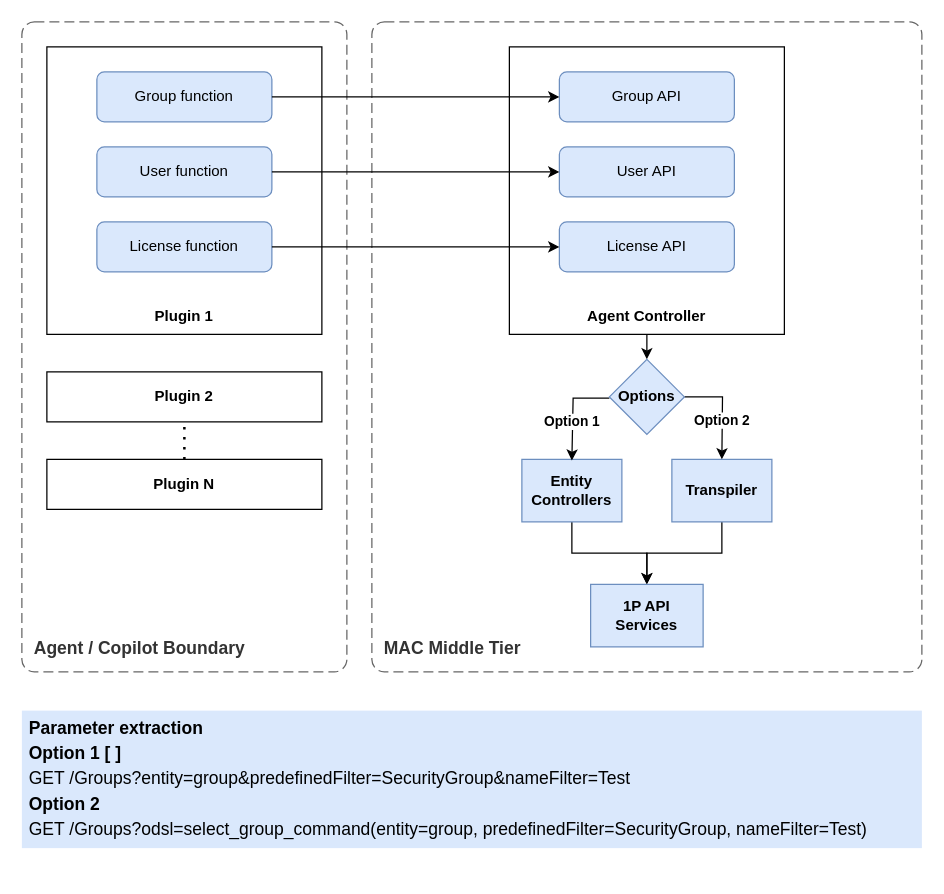
The draw.io diagram POC3.drawio in prshelke/DrawIO, before the edit. Source tidied: cells renumbered, new cells numbered last; positions are measured from the earlier drawing's top-left corner, leaving out a move shared by most shapes. Both pictures are drawn from the tidied source at 125%, with x=0, y=0 at pixel (21, 21).
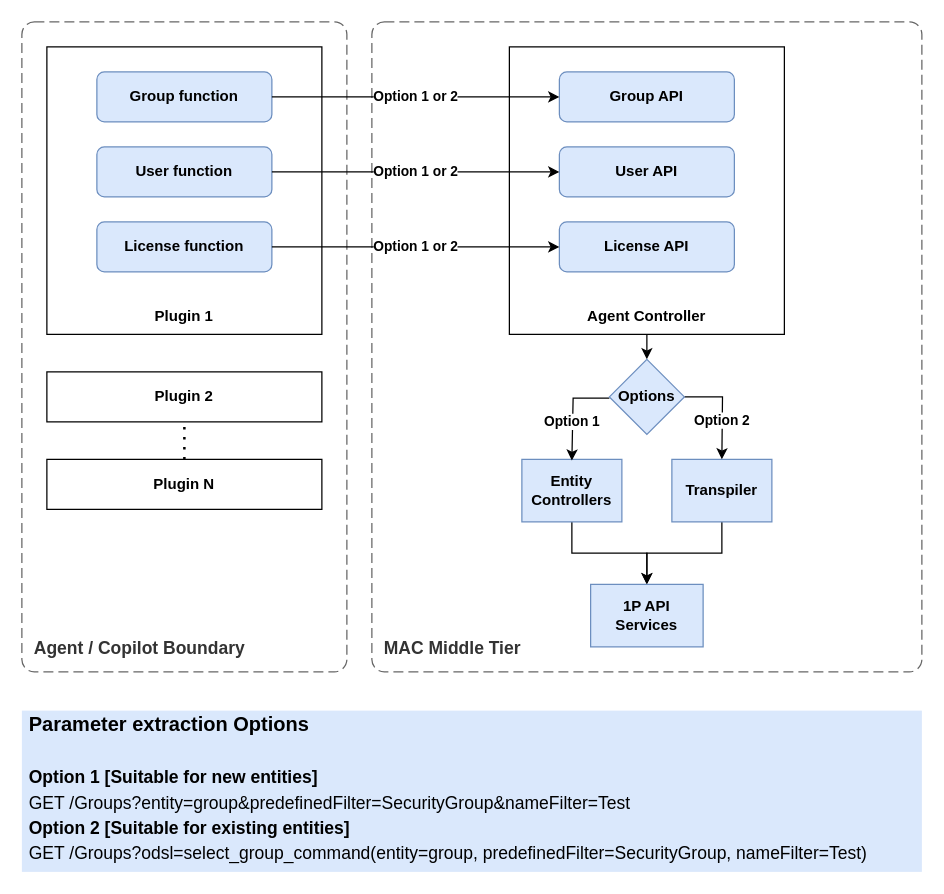
After the change.

The edit, as a diff of the source:
```diff
@@
-    <mxCell id="7" value="Group function" style="rounded=1;whiteSpace=wrap;html=1;fillColor=#dae8fc;strokeColor=#6c8ebf;" parent="1" vertex="1">
+    <mxCell id="7" value="&lt;b&gt;Group function&lt;/b&gt;" style="rounded=1;whiteSpace=wrap;html=1;fillColor=#dae8fc;strokeColor=#6c8ebf;" parent="1" vertex="1">
       <mxGeometry x="60" y="40" width="140" height="40" as="geometry" />
     </mxCell>
-    <mxCell id="8" value="License function" style="rounded=1;whiteSpace=wrap;html=1;fillColor=#dae8fc;strokeColor=#6c8ebf;" parent="1" vertex="1">
+    <mxCell id="8" value="&lt;b&gt;License function&lt;/b&gt;" style="rounded=1;whiteSpace=wrap;html=1;fillColor=#dae8fc;strokeColor=#6c8ebf;" parent="1" vertex="1">
       <mxGeometry x="60" y="160" width="140" height="40" as="geometry" />
     </mxCell>
-    <mxCell id="9" value="User function" style="rounded=1;whiteSpace=wrap;html=1;fillColor=#dae8fc;strokeColor=#6c8ebf;" parent="1" vertex="1">
+    <mxCell id="9" value="&lt;b&gt;User function&lt;/b&gt;" style="rounded=1;whiteSpace=wrap;html=1;fillColor=#dae8fc;strokeColor=#6c8ebf;" parent="1" vertex="1">
       <mxGeometry x="60" y="100" width="140" height="40" as="geometry" />
     </mxCell>
@@
-    <mxCell id="13" value="Group API" style="rounded=1;whiteSpace=wrap;html=1;fillColor=#dae8fc;strokeColor=#6c8ebf;" parent="1" vertex="1">
+    <mxCell id="13" value="&lt;b&gt;Group API&lt;/b&gt;" style="rounded=1;whiteSpace=wrap;html=1;fillColor=#dae8fc;strokeColor=#6c8ebf;" parent="1" vertex="1">
       <mxGeometry x="430" y="40" width="140" height="40" as="geometry" />
     </mxCell>
-    <mxCell id="14" value="License API" style="rounded=1;whiteSpace=wrap;html=1;fillColor=#dae8fc;strokeColor=#6c8ebf;" parent="1" vertex="1">
+    <mxCell id="14" value="&lt;b&gt;License API&lt;/b&gt;" style="rounded=1;whiteSpace=wrap;html=1;fillColor=#dae8fc;strokeColor=#6c8ebf;" parent="1" vertex="1">
       <mxGeometry x="430" y="160" width="140" height="40" as="geometry" />
     </mxCell>
-    <mxCell id="15" value="User API" style="rounded=1;whiteSpace=wrap;html=1;fillColor=#dae8fc;strokeColor=#6c8ebf;" parent="1" vertex="1">
+    <mxCell id="15" value="&lt;b&gt;User API&lt;/b&gt;" style="rounded=1;whiteSpace=wrap;html=1;fillColor=#dae8fc;strokeColor=#6c8ebf;" parent="1" vertex="1">
       <mxGeometry x="430" y="100" width="140" height="40" as="geometry" />
     </mxCell>
-    <mxCell id="16" style="edgeStyle=orthogonalEdgeStyle;rounded=0;jettySize=auto;html=1;entryX=0;entryY=0.5;entryDx=0;entryDy=0;" parent="1" edge="1" source="7" target="13">
+    <mxCell id="16" value="&lt;b&gt;Option 1 or 2&lt;/b&gt;" style="edgeStyle=orthogonalEdgeStyle;rounded=0;jettySize=auto;html=1;entryX=0;entryY=0.5;entryDx=0;entryDy=0;" parent="1" edge="1" source="7" target="13">
       <mxGeometry relative="1" as="geometry" />
     </mxCell>
-    <mxCell id="17" style="edgeStyle=orthogonalEdgeStyle;rounded=0;jettySize=auto;html=1;entryX=0;entryY=0.5;entryDx=0;entryDy=0;" parent="1" edge="1" source="8" target="14">
+    <mxCell id="17" value="&lt;b&gt;Option 1 or 2&lt;/b&gt;" style="edgeStyle=orthogonalEdgeStyle;rounded=0;jettySize=auto;html=1;entryX=0;entryY=0.5;entryDx=0;entryDy=0;" parent="1" edge="1" source="8" target="14">
       <mxGeometry relative="1" as="geometry" />
     </mxCell>
-    <mxCell id="18" style="edgeStyle=orthogonalEdgeStyle;rounded=0;jettySize=auto;html=1;" parent="1" edge="1" source="9" target="15">
+    <mxCell id="18" value="&lt;b&gt;Option 1 or 2&lt;/b&gt;" style="edgeStyle=orthogonalEdgeStyle;rounded=0;jettySize=auto;html=1;" parent="1" edge="1" source="9" target="15">
       <mxGeometry relative="1" as="geometry" />
     </mxCell>
@@
-    <mxCell id="27" value="&lt;b&gt;&lt;font style=&quot;font-size: 14px;&quot;&gt;Parameter extraction&lt;/font&gt;&lt;/b&gt;&lt;div&gt;&lt;b&gt;&lt;font style=&quot;font-size: 14px;&quot;&gt;Option 1 [ ]&lt;/font&gt;&lt;/b&gt;&lt;div&gt;&lt;span style=&quot;font-size: 14px;&quot;&gt;GET /Groups?entity=group&amp;amp;predefinedFilter=SecurityGroup&lt;/span&gt;&lt;span style=&quot;font-size: 14px;&quot;&gt;&amp;amp;nameFilter=Test&lt;/span&gt;&lt;/div&gt;&lt;div&gt;&lt;b style=&quot;font-size: 14px; background-color: transparent; color: light-dark(rgb(0, 0, 0), rgb(255, 255, 255));&quot;&gt;Option 2&lt;/b&gt;&lt;/div&gt;&lt;div&gt;&lt;div&gt;&lt;font style=&quot;font-size: 14px;&quot;&gt;GET /Groups?odsl=select_group_command(entity=group, predefinedFilter=SecurityGroup, nameFilter=Test)&lt;/font&gt;&lt;/div&gt;&lt;/div&gt;&lt;/div&gt;" style="strokeWidth=1;shadow=0;dashed=1;align=center;html=1;shape=mxgraph.mockup.text.textBox;align=left;fontSize=17;spacingLeft=4;spacingTop=-3;whiteSpace=wrap;mainText=;strokeColor=none;dashPattern=8 8;fillColor=#dae8fc;" parent="1" vertex="1">
-      <mxGeometry y="551" width="720" height="110" as="geometry" />
+    <mxCell id="27" value="&lt;b&gt;&lt;font style=&quot;font-size: 16px;&quot;&gt;Parameter extraction Options&lt;/font&gt;&lt;/b&gt;&lt;div&gt;&lt;span style=&quot;font-size: 16px;&quot;&gt;&lt;b&gt;&lt;br&gt;&lt;/b&gt;&lt;/span&gt;&lt;div&gt;&lt;b&gt;&lt;font style=&quot;font-size: 14px;&quot;&gt;Option 1 [Suitable for new entities]&lt;/font&gt;&lt;/b&gt;&lt;div&gt;&lt;span style=&quot;font-size: 14px;&quot;&gt;GET /Groups?entity=group&amp;amp;predefinedFilter=SecurityGroup&lt;/span&gt;&lt;span style=&quot;font-size: 14px;&quot;&gt;&amp;amp;nameFilter=Test&lt;/span&gt;&lt;/div&gt;&lt;div&gt;&lt;b style=&quot;font-size: 14px; background-color: transparent; color: light-dark(rgb(0, 0, 0), rgb(255, 255, 255));&quot;&gt;Option 2 [Suitable for existing entities]&lt;/b&gt;&lt;/div&gt;&lt;div&gt;&lt;div&gt;&lt;font style=&quot;font-size: 14px;&quot;&gt;GET /Groups?odsl=select_group_command(entity=group, predefinedFilter=SecurityGroup, nameFilter=Test)&lt;/font&gt;&lt;/div&gt;&lt;/div&gt;&lt;/div&gt;&lt;/div&gt;" style="strokeWidth=1;shadow=0;dashed=1;align=center;html=1;shape=mxgraph.mockup.text.textBox;align=left;fontSize=17;spacingLeft=4;spacingTop=-3;whiteSpace=wrap;mainText=;strokeColor=none;dashPattern=8 8;fillColor=#dae8fc;" parent="1" vertex="1">
+      <mxGeometry y="551" width="720" height="129" as="geometry" />
     </mxCell>
```
